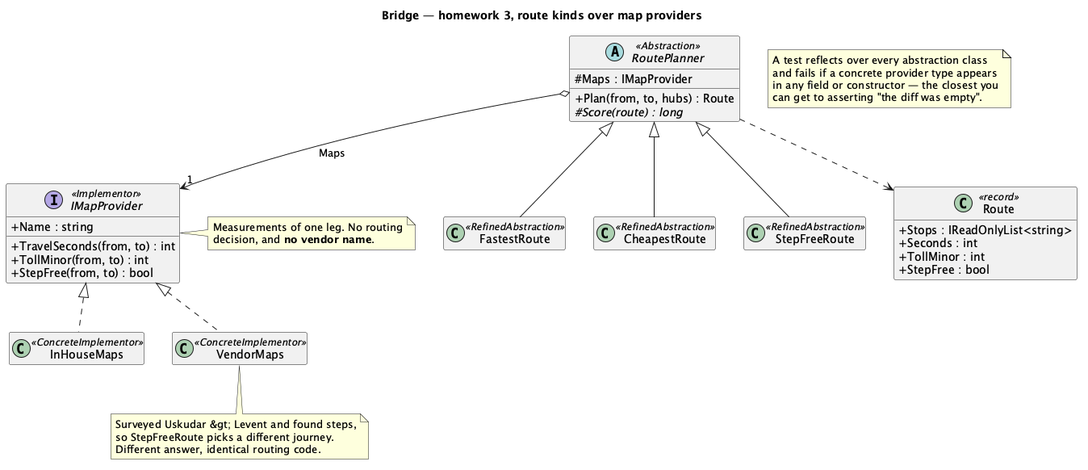
Above: Bridge/src/Bridge/Hw/RoutePlanner/uml/Bridge - Route Planner (Solution) - Class Diagram.png in kaldiroglu/DesignPatternsWithCSharp (PlantUML), before the change.
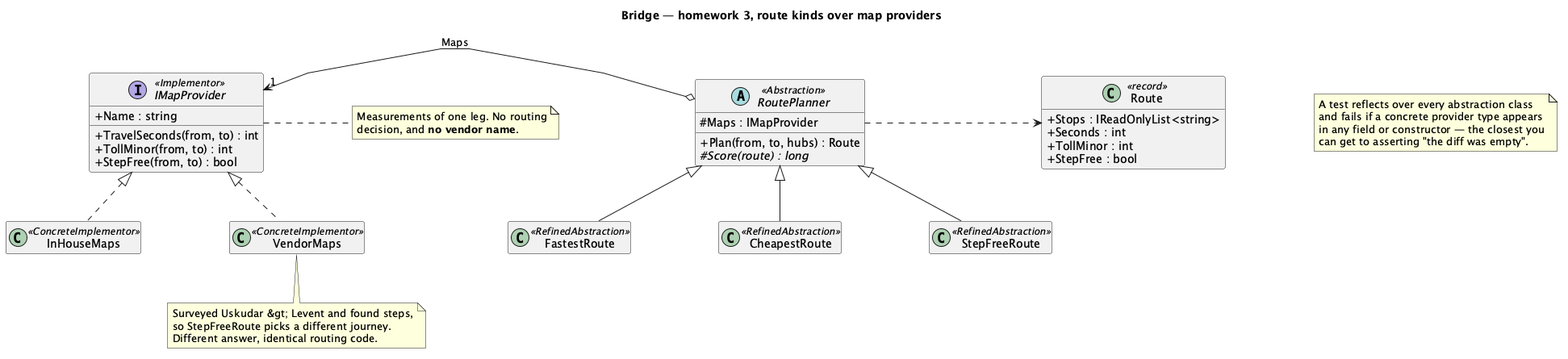
Above is the later version.

Diff of the diagram source:
```diff
@@ -1,4 +1,6 @@
-@startuml "Bridge - Route Planner (Solution) - Class Diagram"
+@startuml
+skinparam linetype polyline
+skinparam nodesep 110
 skinparam classAttributeIconSize 0
 hide empty members
 title Bridge — homework 3, route kinds over map providers
@@ -34,8 +36,6 @@
 RoutePlanner <|-- FastestRoute
 RoutePlanner <|-- CheapestRoute
 RoutePlanner <|-- StepFreeRoute
-RoutePlanner o--> "1" IMapProvider : Maps
-RoutePlanner ..> Route
 IMapProvider <|.. InHouseMaps
 IMapProvider <|.. VendorMaps
 
@@ -57,4 +57,6 @@
   can get to asserting "the diff was empty".
 end note
 
+RoutePlanner o-[norank]-> "1" IMapProvider : Maps
+RoutePlanner .[norank].> Route
 @enduml
```
